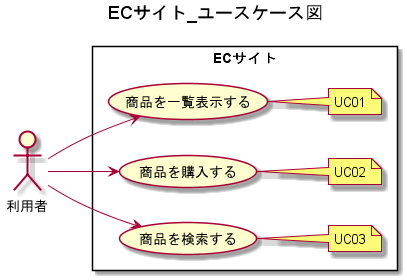
Above: UseCase/ECサイト_ユースケース図.png in wnakayama/ojt_ecsite (PlantUML), before the change. The source it was exported from:
```plantuml
@startuml

title ECサイト_ユースケース図
:利用者: as user

rectangle ECサイト {

    (商品を一覧表示する) as (showProduct)
    (商品を購入する) as (buyProduct)
    (商品を検索する) as (searchProduct)

    left to right direction
    user --> showProduct
    user --> buyProduct
    user --> searchProduct


    note right of showProduct
    UC01
    end note

    note right of buyProduct
    UC02
    end note


    note right of searchProduct
    UC03
    end note

}
@enduml
```
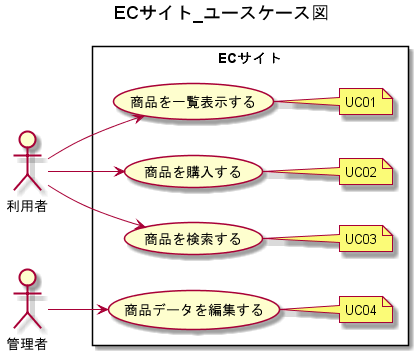
After the commit.

Change to the diagram source:
```diff
@@ -2,17 +2,20 @@
 
 title ECサイト_ユースケース図
 :利用者: as user
+:管理者: as admin
 
 rectangle ECサイト {
 
     (商品を一覧表示する) as (showProduct)
     (商品を購入する) as (buyProduct)
     (商品を検索する) as (searchProduct)
+    (商品データを編集する) as (editProductData)
 
     left to right direction
     user --> showProduct
     user --> buyProduct
     user --> searchProduct
+    admin --> editProductData
 
 
     note right of showProduct
@@ -28,5 +31,9 @@
     UC03
     end note
 
+    note right of editProductData
+    UC04
+    end note
+
 }
 @enduml
```
